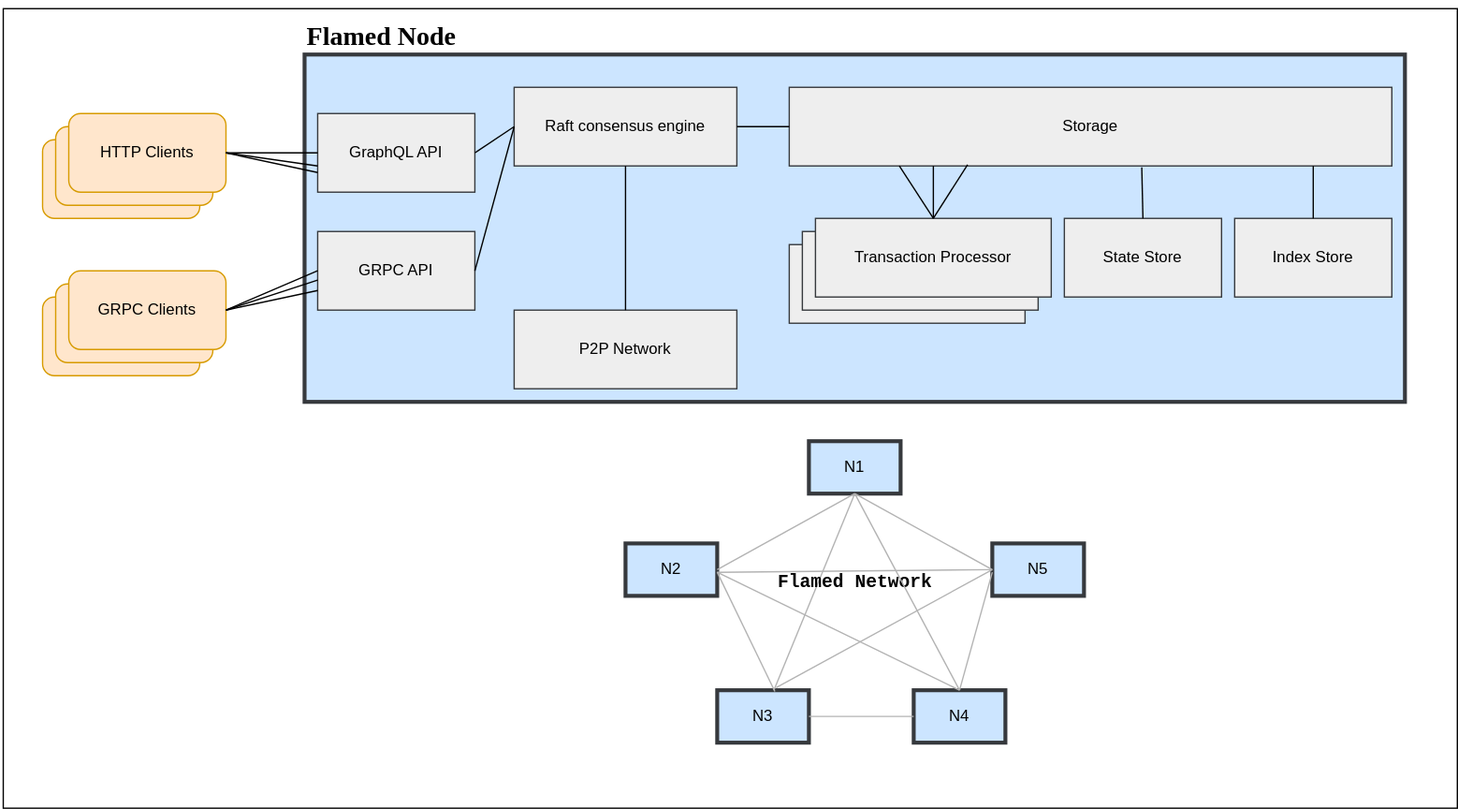
This is doc/architecture/diagram/v0.1.0.svg from mkawserm/flamed, a draw.io export, as it was before one commit. Source tidied: cells renumbered, new cells last; positions are measured from the earlier drawing's top-left corner, leaving out a move shared by most shapes.
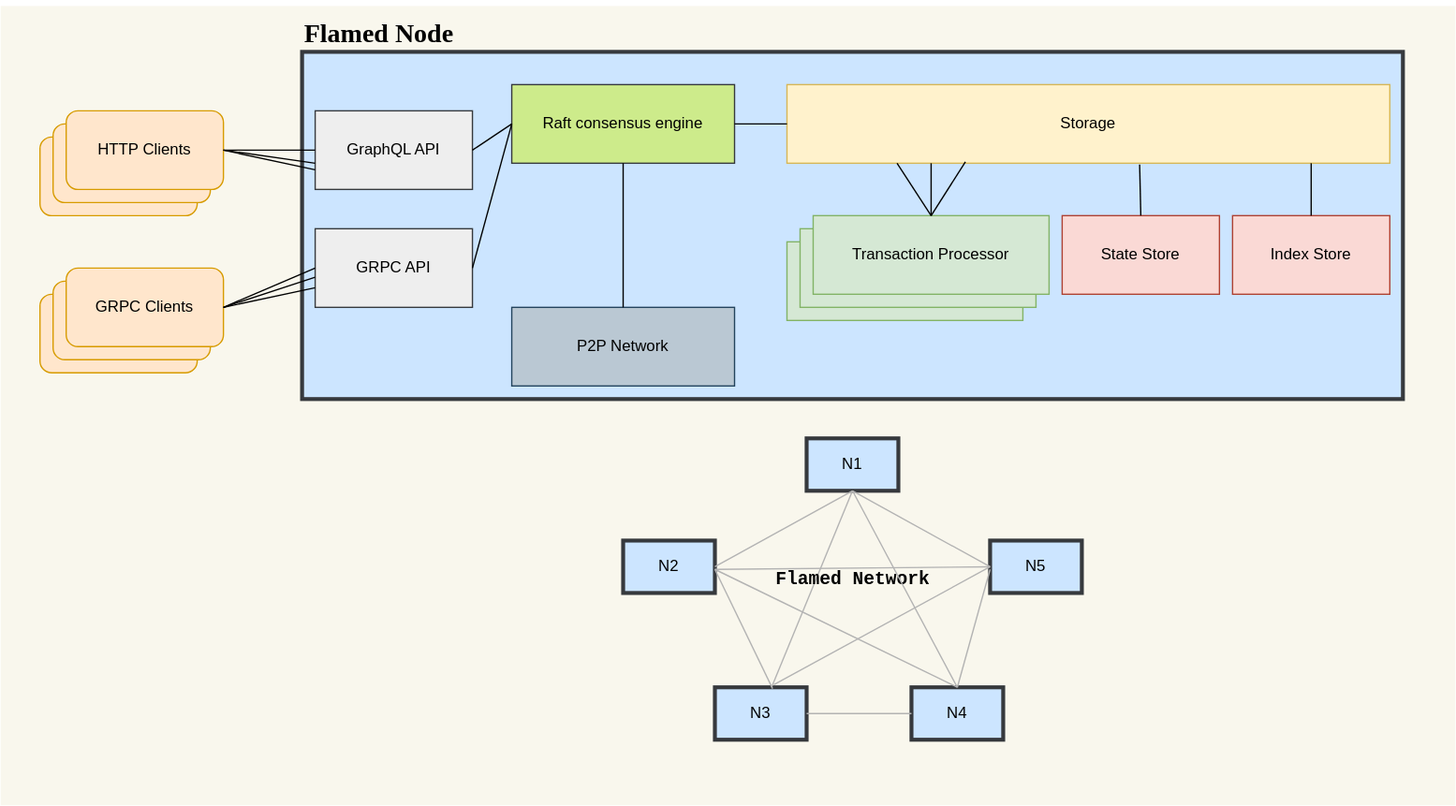
Later version of the same file.

Commit message:
ARCHITECTURE DIAGRAM UPDATED

What changed in the source:
```diff
@@ -2,6 +2,9 @@
   <root>
     <mxCell id="0" />
     <mxCell id="1" parent="0" />
+    <mxCell id="51" style="rounded=0;whiteSpace=wrap;html=1;fillColor=#f9f7ed;strokeColor=none;" parent="1" vertex="1">
+      <mxGeometry width="1110" height="610" as="geometry" />
+    </mxCell>
     <mxCell id="2" style="rounded=0;whiteSpace=wrap;html=1;shadow=0;glass=0;comic=0;strokeWidth=3;fillColor=#cce5ff;strokeColor=#36393d;" parent="1" vertex="1">
       <mxGeometry x="230" y="35" width="840" height="265" as="geometry" />
     </mxCell>
@@ -20,28 +23,28 @@
     <mxCell id="7" value="GraphQL API" style="rounded=0;whiteSpace=wrap;html=1;shadow=0;glass=0;comic=0;strokeWidth=1;fontStyle=0;fillColor=#eeeeee;strokeColor=#36393d;" parent="1" vertex="1">
       <mxGeometry x="240" y="80" width="120" height="60" as="geometry" />
     </mxCell>
-    <mxCell id="8" value="State Store" style="rounded=0;whiteSpace=wrap;html=1;shadow=0;glass=0;comic=0;strokeWidth=1;fontStyle=0;fillColor=#eeeeee;strokeColor=#36393d;" parent="1" vertex="1">
+    <mxCell id="8" value="State Store" style="rounded=0;whiteSpace=wrap;html=1;shadow=0;glass=0;comic=0;strokeWidth=1;fontStyle=0;fillColor=#fad9d5;strokeColor=#ae4132;" parent="1" vertex="1">
       <mxGeometry x="810" y="160" width="120" height="60" as="geometry" />
     </mxCell>
-    <mxCell id="9" value="Index Store" style="rounded=0;whiteSpace=wrap;html=1;shadow=0;glass=0;comic=0;strokeWidth=1;fontStyle=0;fillColor=#eeeeee;strokeColor=#36393d;" parent="1" vertex="1">
+    <mxCell id="9" value="Index Store" style="rounded=0;whiteSpace=wrap;html=1;shadow=0;glass=0;comic=0;strokeWidth=1;fontStyle=0;fillColor=#fad9d5;strokeColor=#ae4132;" parent="1" vertex="1">
       <mxGeometry x="940" y="160" width="120" height="60" as="geometry" />
     </mxCell>
     <mxCell id="10" value="GRPC API" style="rounded=0;whiteSpace=wrap;html=1;shadow=0;glass=0;comic=0;strokeWidth=1;fontStyle=0;fillColor=#eeeeee;strokeColor=#36393d;" parent="1" vertex="1">
       <mxGeometry x="240" y="170" width="120" height="60" as="geometry" />
     </mxCell>
-    <mxCell id="11" value="Transaction Processor" style="rounded=0;whiteSpace=wrap;html=1;shadow=0;glass=0;comic=0;strokeWidth=1;fontStyle=0;fillColor=#eeeeee;strokeColor=#36393d;" parent="1" vertex="1">
+    <mxCell id="11" value="Transaction Processor" style="rounded=0;whiteSpace=wrap;html=1;shadow=0;glass=0;comic=0;strokeWidth=1;fontStyle=0;fillColor=#d5e8d4;strokeColor=#82b366;" parent="1" vertex="1">
       <mxGeometry x="600" y="180" width="180" height="60" as="geometry" />
     </mxCell>
-    <mxCell id="12" value="Transaction Processor" style="rounded=0;whiteSpace=wrap;html=1;shadow=0;glass=0;comic=0;strokeWidth=1;fontStyle=0;fillColor=#eeeeee;strokeColor=#36393d;" parent="1" vertex="1">
+    <mxCell id="12" value="Transaction Processor" style="rounded=0;whiteSpace=wrap;html=1;shadow=0;glass=0;comic=0;strokeWidth=1;fontStyle=0;fillColor=#d5e8d4;strokeColor=#82b366;" parent="1" vertex="1">
       <mxGeometry x="610" y="170" width="180" height="60" as="geometry" />
     </mxCell>
-    <mxCell id="13" value="Transaction Processor" style="rounded=0;whiteSpace=wrap;html=1;shadow=0;glass=0;comic=0;strokeWidth=1;fontStyle=0;fillColor=#eeeeee;strokeColor=#36393d;" parent="1" vertex="1">
+    <mxCell id="13" value="Transaction Processor" style="rounded=0;whiteSpace=wrap;html=1;shadow=0;glass=0;comic=0;strokeWidth=1;fontStyle=0;fillColor=#d5e8d4;strokeColor=#82b366;" parent="1" vertex="1">
       <mxGeometry x="620" y="160" width="180" height="60" as="geometry" />
     </mxCell>
-    <mxCell id="14" value="Raft consensus engine" style="rounded=0;whiteSpace=wrap;html=1;shadow=0;glass=0;comic=0;strokeWidth=1;fontStyle=0;fillColor=#eeeeee;strokeColor=#36393d;" parent="1" vertex="1">
+    <mxCell id="14" value="Raft consensus engine" style="rounded=0;whiteSpace=wrap;html=1;shadow=0;glass=0;comic=0;strokeWidth=1;fontStyle=0;fillColor=#cdeb8b;strokeColor=#36393d;" parent="1" vertex="1">
       <mxGeometry x="390" y="60" width="170" height="60" as="geometry" />
     </mxCell>
-    <mxCell id="15" value="Storage" style="rounded=0;whiteSpace=wrap;html=1;shadow=0;glass=0;comic=0;strokeWidth=1;fontStyle=0;fillColor=#eeeeee;strokeColor=#36393d;" parent="1" vertex="1">
+    <mxCell id="15" value="Storage" style="rounded=0;whiteSpace=wrap;html=1;shadow=0;glass=0;comic=0;strokeWidth=1;fontStyle=0;fillColor=#fff2cc;strokeColor=#d6b656;" parent="1" vertex="1">
       <mxGeometry x="600" y="60" width="460" height="60" as="geometry" />
     </mxCell>
     <mxCell id="16" style="rounded=1;whiteSpace=wrap;html=1;shadow=0;glass=0;comic=0;strokeWidth=1;fillColor=#ffe6cc;strokeColor=#d79b00;" parent="1" vertex="1">
@@ -53,7 +56,7 @@
     <mxCell id="18" value="GRPC Clients" style="rounded=1;whiteSpace=wrap;html=1;shadow=0;glass=0;comic=0;strokeWidth=1;fillColor=#ffe6cc;strokeColor=#d79b00;" parent="1" vertex="1">
       <mxGeometry x="50" y="200" width="120" height="60" as="geometry" />
     </mxCell>
-    <mxCell id="19" value="P2P Network" style="rounded=0;whiteSpace=wrap;html=1;shadow=0;glass=0;comic=0;strokeWidth=1;fontStyle=0;fillColor=#eeeeee;strokeColor=#36393d;" parent="1" vertex="1">
+    <mxCell id="19" value="P2P Network" style="rounded=0;whiteSpace=wrap;html=1;shadow=0;glass=0;comic=0;strokeWidth=1;fontStyle=0;fillColor=#bac8d3;strokeColor=#23445d;" parent="1" vertex="1">
       <mxGeometry x="390" y="230" width="170" height="60" as="geometry" />
     </mxCell>
     <mxCell id="20" value="N3" style="rounded=0;whiteSpace=wrap;html=1;shadow=0;glass=0;comic=0;strokeWidth=3;fillColor=#cce5ff;strokeColor=#36393d;" parent="1" vertex="1">
@@ -170,8 +173,5 @@
     <mxCell id="50" style="endArrow=none;html=1;fontFamily=Courier New;fontSize=14;entryX=1;entryY=0.5;entryDx=0;entryDy=0;strokeColor=#B3B3B3;exitX=0;exitY=0.5;exitDx=0;exitDy=0;" parent="1" edge="1" source="21" target="20">
       <mxGeometry relative="1" as="geometry" />
     </mxCell>
-    <mxCell id="51" style="rounded=0;whiteSpace=wrap;html=1;fillColor=none;" parent="1" vertex="1">
-      <mxGeometry width="1110" height="610" as="geometry" />
-    </mxCell>
   </root>
 </mxGraphModel>
```
